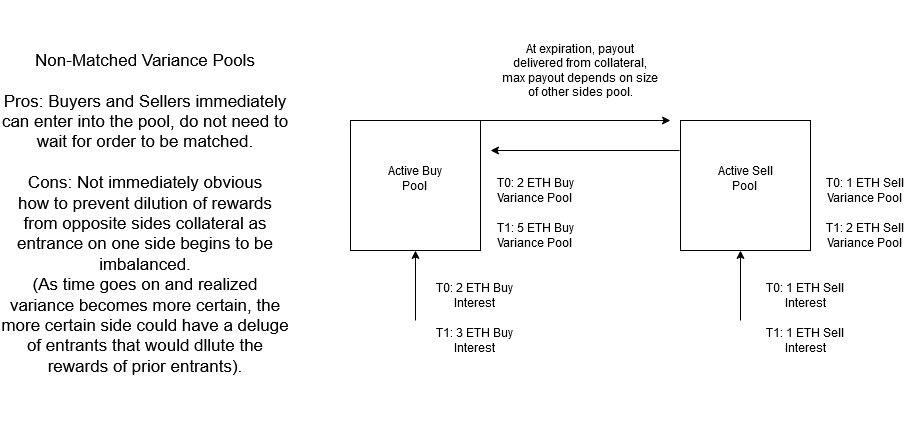
Above: diagrams/NonMatched.png in ramenforbreakfast/tubealloys (draw.io), before the change. Source tidied: cells renumbered, new cells last; positions are measured from the earlier drawing's top-left corner, leaving out a move shared by most shapes. Source of this version:
```xml
<mxGraphModel>
  <root>
    <mxCell id="0" />
    <mxCell id="1" parent="0" />
    <mxCell id="2" value="&lt;div style=&quot;font-size: 17px&quot;&gt;&lt;font style=&quot;font-size: 17px&quot;&gt;Non-Matched Variance Pools&lt;br&gt;&lt;/font&gt;&lt;/div&gt;&lt;div style=&quot;font-size: 17px&quot;&gt;&lt;font style=&quot;font-size: 17px&quot;&gt;&lt;br&gt;&lt;/font&gt;&lt;/div&gt;&lt;div style=&quot;font-size: 17px&quot;&gt;&lt;font style=&quot;font-size: 17px&quot;&gt;Pros: Buyers and Sellers immediately can enter into the pool, do not need to wait for order to be matched. &lt;br&gt;&lt;/font&gt;&lt;/div&gt;&lt;div style=&quot;font-size: 17px&quot;&gt;&lt;font style=&quot;font-size: 17px&quot;&gt;&lt;br&gt;&lt;/font&gt;&lt;/div&gt;&lt;div style=&quot;font-size: 17px&quot;&gt;&lt;font style=&quot;font-size: 17px&quot;&gt;Cons: Not immediately obvious&lt;/font&gt;&lt;/div&gt;&lt;div style=&quot;font-size: 17px&quot;&gt;&lt;font style=&quot;font-size: 17px&quot;&gt;how to prevent dilution of rewards from opposite sides collateral as entrance on one side begins to be imbalanced. &lt;br&gt;&lt;/font&gt;&lt;/div&gt;&lt;div style=&quot;font-size: 17px&quot;&gt;&lt;font style=&quot;font-size: 17px&quot;&gt;(As time goes on and realized variance becomes more certain, the more certain side could have a deluge of entrants that would dllute the rewards of prior entrants).&lt;/font&gt;&lt;br&gt;&lt;/div&gt;&lt;div&gt;&lt;br&gt;&lt;/div&gt;" style="text;html=1;strokeColor=none;fillColor=none;align=center;verticalAlign=middle;whiteSpace=wrap;rounded=0;" parent="1" vertex="1">
      <mxGeometry width="290" height="440" as="geometry" />
    </mxCell>
    <mxCell id="3" style="endArrow=classic;html=1;exitX=0.5;exitY=0;exitDx=0;exitDy=0;" parent="1" edge="1">
      <mxGeometry relative="1" as="geometry">
        <mxPoint x="415" y="320" as="sourcePoint" />
        <mxPoint x="415" y="250" as="targetPoint" />
      </mxGeometry>
    </mxCell>
    <mxCell id="4" style="endArrow=classic;html=1;exitX=0.5;exitY=0;exitDx=0;exitDy=0;" parent="1" edge="1">
      <mxGeometry relative="1" as="geometry">
        <mxPoint x="740" y="320" as="sourcePoint" />
        <mxPoint x="740" y="250" as="targetPoint" />
      </mxGeometry>
    </mxCell>
    <mxCell id="5" style="whiteSpace=wrap;html=1;" parent="1" vertex="1">
      <mxGeometry x="350" y="120" width="130" height="130" as="geometry" />
    </mxCell>
    <mxCell id="6" style="whiteSpace=wrap;html=1;" parent="1" vertex="1">
      <mxGeometry x="680" y="120" width="130" height="130" as="geometry" />
    </mxCell>
    <mxCell id="7" value="&lt;div&gt;Active Buy Pool&lt;br&gt;&lt;/div&gt;&lt;div&gt;&lt;br&gt;&lt;/div&gt;" style="text;html=1;strokeColor=none;fillColor=none;align=center;verticalAlign=middle;whiteSpace=wrap;rounded=0;" parent="1" vertex="1">
      <mxGeometry x="375" y="165" width="80" height="40" as="geometry" />
    </mxCell>
    <mxCell id="8" value="&lt;div&gt;Active Sell Pool&lt;br&gt;&lt;/div&gt;&lt;div&gt;&lt;br&gt;&lt;/div&gt;" style="text;html=1;strokeColor=none;fillColor=none;align=center;verticalAlign=middle;whiteSpace=wrap;rounded=0;" parent="1" vertex="1">
      <mxGeometry x="705" y="165" width="80" height="40" as="geometry" />
    </mxCell>
    <mxCell id="9" style="endArrow=classic;html=1;exitX=0.5;exitY=0;exitDx=0;exitDy=0;" parent="1" edge="1" source="5">
      <mxGeometry relative="1" as="geometry">
        <mxPoint x="670" y="120" as="targetPoint" />
      </mxGeometry>
    </mxCell>
    <mxCell id="10" style="endArrow=classic;html=1;" parent="1" edge="1">
      <mxGeometry relative="1" as="geometry">
        <mxPoint x="679" y="150" as="sourcePoint" />
        <mxPoint x="490" y="150" as="targetPoint" />
      </mxGeometry>
    </mxCell>
    <mxCell id="11" value="At expiration, payout delivered from collateral, max payout depends on size of other sides pool." style="text;html=1;strokeColor=none;fillColor=none;align=center;verticalAlign=middle;whiteSpace=wrap;rounded=0;" parent="1" vertex="1">
      <mxGeometry x="500" y="30" width="160" height="80" as="geometry" />
    </mxCell>
    <mxCell id="12" value="&lt;div&gt;T0: 1 ETH Sell&lt;/div&gt;&lt;div&gt;Variance Pool&lt;br&gt;&lt;/div&gt;" style="text;html=1;strokeColor=none;fillColor=none;align=center;verticalAlign=middle;whiteSpace=wrap;rounded=0;" parent="1" vertex="1">
      <mxGeometry x="820" y="175" width="90" height="30" as="geometry" />
    </mxCell>
    <mxCell id="13" value="&lt;div&gt;T0: 2 ETH Buy &lt;br&gt;&lt;/div&gt;&lt;div&gt;Interest&lt;br&gt;&lt;/div&gt;" style="text;html=1;strokeColor=none;fillColor=none;align=center;verticalAlign=middle;whiteSpace=wrap;rounded=0;" parent="1" vertex="1">
      <mxGeometry x="430" y="280" width="90" height="30" as="geometry" />
    </mxCell>
    <mxCell id="14" value="&lt;div&gt;T0: 1 ETH Sell Interest&lt;/div&gt;" style="text;html=1;strokeColor=none;fillColor=none;align=center;verticalAlign=middle;whiteSpace=wrap;rounded=0;" parent="1" vertex="1">
      <mxGeometry x="760" y="280" width="90" height="30" as="geometry" />
    </mxCell>
    <mxCell id="15" value="&lt;div&gt;T0: 2 ETH Buy Variance Pool&lt;br&gt;&lt;/div&gt;" style="text;html=1;strokeColor=none;fillColor=none;align=center;verticalAlign=middle;whiteSpace=wrap;rounded=0;" parent="1" vertex="1">
      <mxGeometry x="490" y="175" width="90" height="30" as="geometry" />
    </mxCell>
    <mxCell id="16" value="&lt;div&gt;T1: 3 ETH Buy &lt;br&gt;&lt;/div&gt;&lt;div&gt;Interest&lt;br&gt;&lt;/div&gt;" style="text;html=1;strokeColor=none;fillColor=none;align=center;verticalAlign=middle;whiteSpace=wrap;rounded=0;" parent="1" vertex="1">
      <mxGeometry x="430" y="325" width="90" height="30" as="geometry" />
    </mxCell>
    <mxCell id="17" value="&lt;div&gt;T1: 5 ETH Buy Variance Pool&lt;br&gt;&lt;/div&gt;" style="text;html=1;strokeColor=none;fillColor=none;align=center;verticalAlign=middle;whiteSpace=wrap;rounded=0;" parent="1" vertex="1">
      <mxGeometry x="490" y="220" width="90" height="30" as="geometry" />
    </mxCell>
    <mxCell id="18" value="&lt;div&gt;T1: 1 ETH Sell Interest&lt;/div&gt;" style="text;html=1;strokeColor=none;fillColor=none;align=center;verticalAlign=middle;whiteSpace=wrap;rounded=0;" parent="1" vertex="1">
      <mxGeometry x="760" y="325" width="90" height="30" as="geometry" />
    </mxCell>
    <mxCell id="19" value="&lt;div&gt;T1: 2 ETH Sell&lt;/div&gt;&lt;div&gt;Variance Pool&lt;br&gt;&lt;/div&gt;" style="text;html=1;strokeColor=none;fillColor=none;align=center;verticalAlign=middle;whiteSpace=wrap;rounded=0;" parent="1" vertex="1">
      <mxGeometry x="820" y="220" width="90" height="30" as="geometry" />
    </mxCell>
  </root>
</mxGraphModel>
```
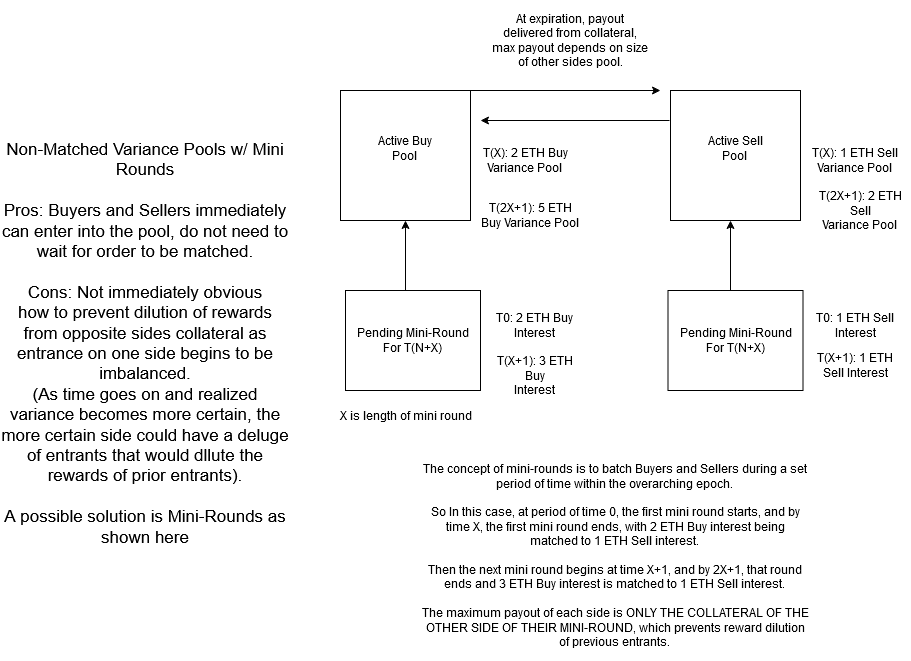
Above is the later version.

Diff of the diagram source:
```diff
@@ -1,9 +1,9 @@
-<mxGraphModel>
+<mxGraphModel background="#ffffff">
   <root>
     <mxCell id="0" />
     <mxCell id="1" parent="0" />
-    <mxCell id="2" value="&lt;div style=&quot;font-size: 17px&quot;&gt;&lt;font style=&quot;font-size: 17px&quot;&gt;Non-Matched Variance Pools&lt;br&gt;&lt;/font&gt;&lt;/div&gt;&lt;div style=&quot;font-size: 17px&quot;&gt;&lt;font style=&quot;font-size: 17px&quot;&gt;&lt;br&gt;&lt;/font&gt;&lt;/div&gt;&lt;div style=&quot;font-size: 17px&quot;&gt;&lt;font style=&quot;font-size: 17px&quot;&gt;Pros: Buyers and Sellers immediately can enter into the pool, do not need to wait for order to be matched. &lt;br&gt;&lt;/font&gt;&lt;/div&gt;&lt;div style=&quot;font-size: 17px&quot;&gt;&lt;font style=&quot;font-size: 17px&quot;&gt;&lt;br&gt;&lt;/font&gt;&lt;/div&gt;&lt;div style=&quot;font-size: 17px&quot;&gt;&lt;font style=&quot;font-size: 17px&quot;&gt;Cons: Not immediately obvious&lt;/font&gt;&lt;/div&gt;&lt;div style=&quot;font-size: 17px&quot;&gt;&lt;font style=&quot;font-size: 17px&quot;&gt;how to prevent dilution of rewards from opposite sides collateral as entrance on one side begins to be imbalanced. &lt;br&gt;&lt;/font&gt;&lt;/div&gt;&lt;div style=&quot;font-size: 17px&quot;&gt;&lt;font style=&quot;font-size: 17px&quot;&gt;(As time goes on and realized variance becomes more certain, the more certain side could have a deluge of entrants that would dllute the rewards of prior entrants).&lt;/font&gt;&lt;br&gt;&lt;/div&gt;&lt;div&gt;&lt;br&gt;&lt;/div&gt;" style="text;html=1;strokeColor=none;fillColor=none;align=center;verticalAlign=middle;whiteSpace=wrap;rounded=0;" parent="1" vertex="1">
-      <mxGeometry width="290" height="440" as="geometry" />
+    <mxCell id="2" value="&lt;div style=&quot;font-size: 17px&quot;&gt;&lt;font style=&quot;font-size: 17px&quot;&gt;Non-Matched Variance Pools w/ Mini Rounds&lt;br&gt;&lt;/font&gt;&lt;/div&gt;&lt;div style=&quot;font-size: 17px&quot;&gt;&lt;font style=&quot;font-size: 17px&quot;&gt;&lt;br&gt;&lt;/font&gt;&lt;/div&gt;&lt;div style=&quot;font-size: 17px&quot;&gt;&lt;font style=&quot;font-size: 17px&quot;&gt;Pros: Buyers and Sellers immediately can enter into the pool, do not need to wait for order to be matched. &lt;br&gt;&lt;/font&gt;&lt;/div&gt;&lt;div style=&quot;font-size: 17px&quot;&gt;&lt;font style=&quot;font-size: 17px&quot;&gt;&lt;br&gt;&lt;/font&gt;&lt;/div&gt;&lt;div style=&quot;font-size: 17px&quot;&gt;&lt;font style=&quot;font-size: 17px&quot;&gt;Cons: Not immediately obvious&lt;/font&gt;&lt;/div&gt;&lt;div style=&quot;font-size: 17px&quot;&gt;&lt;font style=&quot;font-size: 17px&quot;&gt;how to prevent dilution of rewards from opposite sides collateral as entrance on one side begins to be imbalanced. &lt;br&gt;&lt;/font&gt;&lt;/div&gt;&lt;div style=&quot;font-size: 17px&quot;&gt;&lt;font style=&quot;font-size: 17px&quot;&gt;(As time goes on and realized variance becomes more certain, the more certain side could have a deluge of entrants that would dllute the rewards of prior entrants).&lt;/font&gt;&lt;/div&gt;&lt;div style=&quot;font-size: 17px&quot;&gt;&lt;font style=&quot;font-size: 17px&quot;&gt;&lt;br&gt;&lt;/font&gt;&lt;/div&gt;&lt;div style=&quot;font-size: 17px&quot;&gt;&lt;font style=&quot;font-size: 17px&quot;&gt;A possible solution is Mini-Rounds as shown here&lt;/font&gt;&lt;br&gt;&lt;/div&gt;&lt;div&gt;&lt;br&gt;&lt;/div&gt;" style="text;html=1;strokeColor=none;fillColor=none;align=center;verticalAlign=middle;whiteSpace=wrap;rounded=0;" parent="1" vertex="1">
+      <mxGeometry x="10" y="160" width="290" height="440" as="geometry" />
     </mxCell>
     <mxCell id="3" style="endArrow=classic;html=1;exitX=0.5;exitY=0;exitDx=0;exitDy=0;" parent="1" edge="1">
       <mxGeometry relative="1" as="geometry">
@@ -43,29 +43,41 @@
     <mxCell id="11" value="At expiration, payout delivered from collateral, max payout depends on size of other sides pool." style="text;html=1;strokeColor=none;fillColor=none;align=center;verticalAlign=middle;whiteSpace=wrap;rounded=0;" parent="1" vertex="1">
       <mxGeometry x="500" y="30" width="160" height="80" as="geometry" />
     </mxCell>
-    <mxCell id="12" value="&lt;div&gt;T0: 1 ETH Sell&lt;/div&gt;&lt;div&gt;Variance Pool&lt;br&gt;&lt;/div&gt;" style="text;html=1;strokeColor=none;fillColor=none;align=center;verticalAlign=middle;whiteSpace=wrap;rounded=0;" parent="1" vertex="1">
+    <mxCell id="12" value="&lt;div&gt;T(X): 1 ETH Sell&lt;/div&gt;&lt;div&gt;Variance Pool&lt;br&gt;&lt;/div&gt;" style="text;html=1;strokeColor=none;fillColor=none;align=center;verticalAlign=middle;whiteSpace=wrap;rounded=0;" parent="1" vertex="1">
       <mxGeometry x="820" y="175" width="90" height="30" as="geometry" />
     </mxCell>
     <mxCell id="13" value="&lt;div&gt;T0: 2 ETH Buy &lt;br&gt;&lt;/div&gt;&lt;div&gt;Interest&lt;br&gt;&lt;/div&gt;" style="text;html=1;strokeColor=none;fillColor=none;align=center;verticalAlign=middle;whiteSpace=wrap;rounded=0;" parent="1" vertex="1">
-      <mxGeometry x="430" y="280" width="90" height="30" as="geometry" />
+      <mxGeometry x="500" y="340" width="90" height="30" as="geometry" />
     </mxCell>
     <mxCell id="14" value="&lt;div&gt;T0: 1 ETH Sell Interest&lt;/div&gt;" style="text;html=1;strokeColor=none;fillColor=none;align=center;verticalAlign=middle;whiteSpace=wrap;rounded=0;" parent="1" vertex="1">
-      <mxGeometry x="760" y="280" width="90" height="30" as="geometry" />
+      <mxGeometry x="820" y="340" width="90" height="30" as="geometry" />
     </mxCell>
-    <mxCell id="15" value="&lt;div&gt;T0: 2 ETH Buy Variance Pool&lt;br&gt;&lt;/div&gt;" style="text;html=1;strokeColor=none;fillColor=none;align=center;verticalAlign=middle;whiteSpace=wrap;rounded=0;" parent="1" vertex="1">
+    <mxCell id="15" value="&lt;div&gt;T(X): 2 ETH Buy Variance Pool&lt;br&gt;&lt;/div&gt;" style="text;html=1;strokeColor=none;fillColor=none;align=center;verticalAlign=middle;whiteSpace=wrap;rounded=0;" parent="1" vertex="1">
       <mxGeometry x="490" y="175" width="90" height="30" as="geometry" />
     </mxCell>
-    <mxCell id="16" value="&lt;div&gt;T1: 3 ETH Buy &lt;br&gt;&lt;/div&gt;&lt;div&gt;Interest&lt;br&gt;&lt;/div&gt;" style="text;html=1;strokeColor=none;fillColor=none;align=center;verticalAlign=middle;whiteSpace=wrap;rounded=0;" parent="1" vertex="1">
-      <mxGeometry x="430" y="325" width="90" height="30" as="geometry" />
+    <mxCell id="16" value="&lt;div&gt;T(X+1): 3 ETH Buy &lt;br&gt;&lt;/div&gt;&lt;div&gt;Interest&lt;br&gt;&lt;/div&gt;" style="text;html=1;strokeColor=none;fillColor=none;align=center;verticalAlign=middle;whiteSpace=wrap;rounded=0;" parent="1" vertex="1">
+      <mxGeometry x="500" y="380" width="90" height="50" as="geometry" />
     </mxCell>
-    <mxCell id="17" value="&lt;div&gt;T1: 5 ETH Buy Variance Pool&lt;br&gt;&lt;/div&gt;" style="text;html=1;strokeColor=none;fillColor=none;align=center;verticalAlign=middle;whiteSpace=wrap;rounded=0;" parent="1" vertex="1">
-      <mxGeometry x="490" y="220" width="90" height="30" as="geometry" />
+    <mxCell id="17" value="&lt;div&gt;T(2X+1): 5 ETH Buy Variance Pool&lt;br&gt;&lt;/div&gt;" style="text;html=1;strokeColor=none;fillColor=none;align=center;verticalAlign=middle;whiteSpace=wrap;rounded=0;" parent="1" vertex="1">
+      <mxGeometry x="490" y="220" width="100" height="50" as="geometry" />
     </mxCell>
-    <mxCell id="18" value="&lt;div&gt;T1: 1 ETH Sell Interest&lt;/div&gt;" style="text;html=1;strokeColor=none;fillColor=none;align=center;verticalAlign=middle;whiteSpace=wrap;rounded=0;" parent="1" vertex="1">
-      <mxGeometry x="760" y="325" width="90" height="30" as="geometry" />
+    <mxCell id="18" value="&lt;div&gt;T(X+1): 1 ETH Sell Interest&lt;/div&gt;" style="text;html=1;strokeColor=none;fillColor=none;align=center;verticalAlign=middle;whiteSpace=wrap;rounded=0;" parent="1" vertex="1">
+      <mxGeometry x="820" y="380" width="90" height="30" as="geometry" />
     </mxCell>
-    <mxCell id="19" value="&lt;div&gt;T1: 2 ETH Sell&lt;/div&gt;&lt;div&gt;Variance Pool&lt;br&gt;&lt;/div&gt;" style="text;html=1;strokeColor=none;fillColor=none;align=center;verticalAlign=middle;whiteSpace=wrap;rounded=0;" parent="1" vertex="1">
-      <mxGeometry x="820" y="220" width="90" height="30" as="geometry" />
+    <mxCell id="19" value="&lt;div&gt;T(2X+1): 2 ETH Sell&lt;/div&gt;&lt;div&gt;Variance Pool&lt;br&gt;&lt;/div&gt;" style="text;html=1;strokeColor=none;fillColor=none;align=center;verticalAlign=middle;whiteSpace=wrap;rounded=0;" parent="1" vertex="1">
+      <mxGeometry x="820" y="220" width="100" height="40" as="geometry" />
     </mxCell>
+    <mxCell id="20" value="&lt;div&gt;Pending Mini-Round&lt;/div&gt;&lt;div&gt;For T(N+X)&lt;br&gt;&lt;/div&gt;" style="rounded=0;whiteSpace=wrap;html=1;" parent="1" vertex="1">
+      <mxGeometry x="355" y="320" width="135" height="100" as="geometry" />
+    </mxCell>
+    <mxCell id="21" value="&lt;div&gt;Pending Mini-Round&lt;/div&gt;&lt;div&gt;For T(N+X)&lt;br&gt;&lt;/div&gt;" style="rounded=0;whiteSpace=wrap;html=1;" parent="1" vertex="1">
+      <mxGeometry x="677.5" y="320" width="135" height="100" as="geometry" />
+    </mxCell>
+    <mxCell id="22" value="&lt;div&gt;The concept of mini-rounds is to batch Buyers and Sellers during a set period of time within the overarching epoch. &lt;br&gt;&lt;/div&gt;&lt;div&gt;&lt;br&gt;&lt;/div&gt;&lt;div&gt;So In this case, at period of time 0, the first mini round starts, and by time X, the first mini round ends, with 2 ETH Buy interest being matched to 1 ETH Sell interest. &lt;br&gt;&lt;/div&gt;&lt;div&gt;&lt;br&gt;&lt;/div&gt;&lt;div&gt;Then the next mini round begins at time X+1, and by 2X+1, that round ends and 3 ETH Buy interest is matched to 1 ETH Sell interest. &lt;br&gt;&lt;/div&gt;&lt;div&gt;&lt;br&gt;&lt;/div&gt;&lt;div&gt;The maximum payout of each side is ONLY THE COLLATERAL OF THE OTHER SIDE OF THEIR MINI-ROUND, which prevents reward dilution of previous entrants.&lt;br&gt;&lt;/div&gt;" style="text;html=1;strokeColor=none;fillColor=none;align=center;verticalAlign=middle;whiteSpace=wrap;rounded=0;" parent="1" vertex="1">
+      <mxGeometry x="430" y="480" width="390" height="210" as="geometry" />
+    </mxCell>
+    <mxCell id="23" value="X is length of mini round" style="text;html=1;strokeColor=none;fillColor=none;align=center;verticalAlign=middle;whiteSpace=wrap;rounded=0;" parent="1" vertex="1">
+      <mxGeometry x="347.5" y="430" width="135" height="30" as="geometry" />
+    </mxCell>
   </root>
 </mxGraphModel>
```
